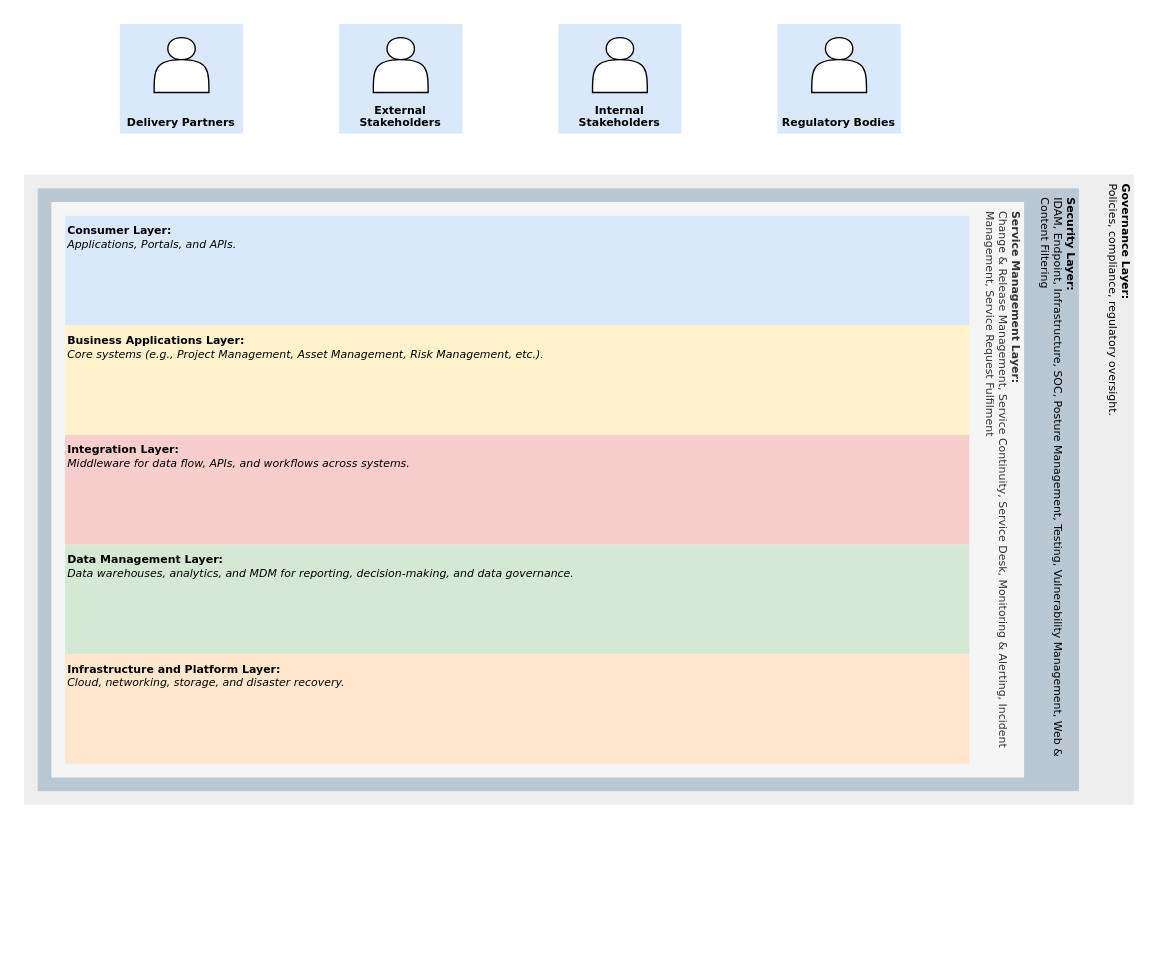
Earlier version of the draw.io diagram page "Reference Architecture" (1 of 16) of Orbus Designs.drawio (martinlt/reference). Source tidied: cells renumbered, new cells numbered last; positions are measured from the earlier drawing's top-left corner, leaving out a move shared by most shapes. Both pictures are drawn from the tidied source at 137%, with x=0, y=0 at pixel (23, 23).
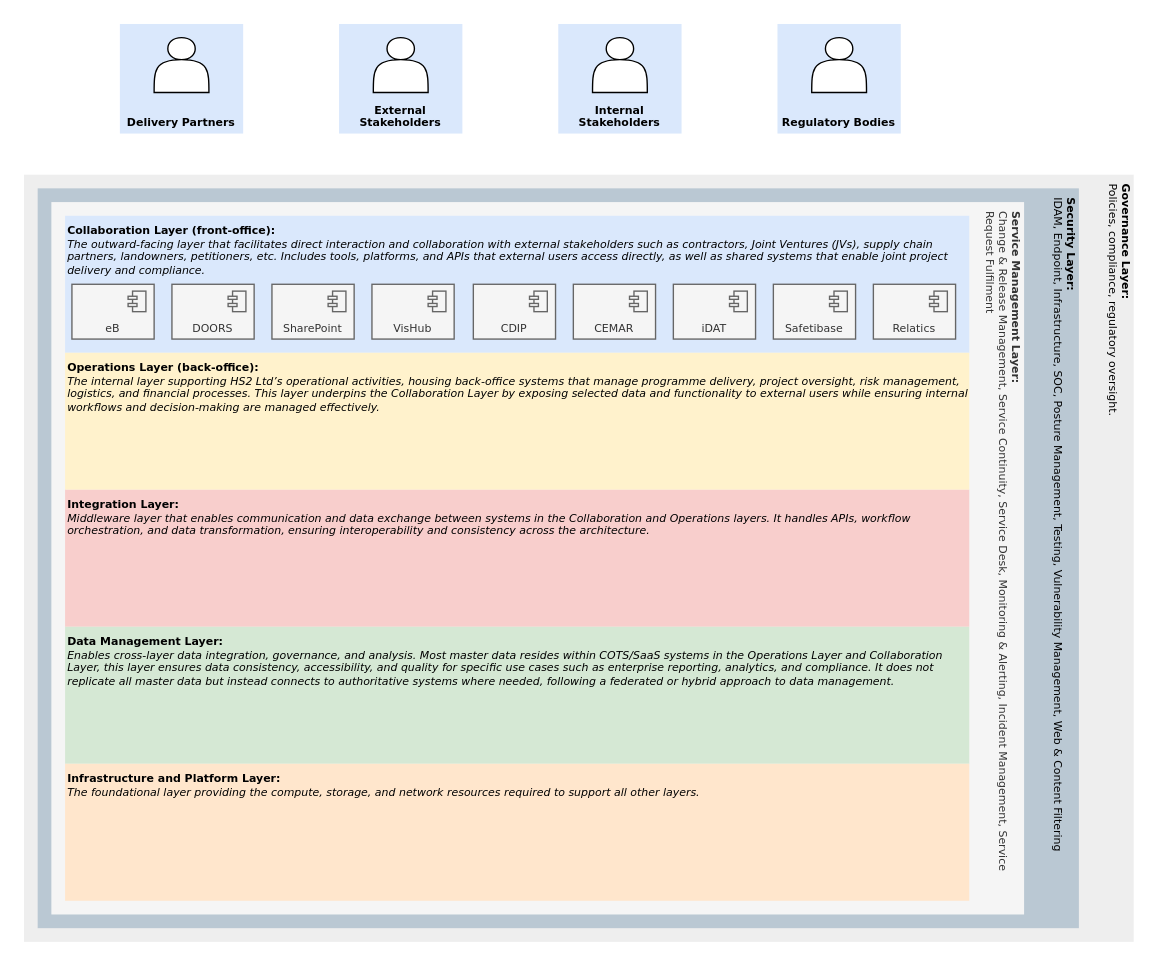
The same diagram, later.

What changed in the source:
```diff
@@
     <mxCell id="2" value="&lt;b&gt;Governance Layer:&amp;nbsp;&lt;/b&gt;&lt;div&gt;Policies, compliance, regulatory oversight.&lt;/div&gt;" style="rounded=0;whiteSpace=wrap;html=1;align=right;verticalAlign=top;textDirection=vertical-rl;fillColor=#eeeeee;strokeColor=none;fontFamily=Verdana;fontSize=8;" parent="1" vertex="1">
-      <mxGeometry y="110" width="810" height="460" as="geometry" />
+      <mxGeometry y="110" width="810" height="560" as="geometry" />
     </mxCell>
     <mxCell id="3" value="&lt;b&gt;Security Layer:&amp;nbsp;&lt;/b&gt;&lt;div&gt;IDAM, Endpoint, Infrastructure, SOC, Posture Management, Testing, Vulnerability Management, Web &amp;amp; Content Filtering&lt;/div&gt;" style="rounded=0;whiteSpace=wrap;html=1;align=right;verticalAlign=top;textDirection=vertical-rl;fillColor=#bac8d3;strokeColor=none;fontFamily=Verdana;fontSize=8;" parent="1" vertex="1">
-      <mxGeometry x="10" y="120" width="760" height="440" as="geometry" />
+      <mxGeometry x="10" y="120" width="760" height="540" as="geometry" />
     </mxCell>
     <mxCell id="4" value="&lt;b&gt;Service Management Layer:&amp;nbsp;&lt;/b&gt;&lt;div&gt;Change &amp;amp; Release Management, Service Continuity, Service Desk, Monitoring &amp;amp; Alerting, Incident Management, Service Request Fulfilment&lt;/div&gt;" style="rounded=0;whiteSpace=wrap;html=1;align=right;verticalAlign=top;textDirection=vertical-rl;fillColor=#f5f5f5;fontColor=#333333;strokeColor=none;fontFamily=Verdana;fontSize=8;" parent="1" vertex="1">
-      <mxGeometry x="20" y="130" width="710" height="420" as="geometry" />
+      <mxGeometry x="20" y="130" width="710" height="520" as="geometry" />
     </mxCell>
-    <mxCell id="5" value="&lt;b&gt;Consumer Layer:&lt;/b&gt;&lt;div&gt;&lt;i&gt;Applications, Portals, and APIs.&lt;/i&gt;&lt;b&gt;&lt;/b&gt;&lt;/div&gt;" style="rounded=0;whiteSpace=wrap;html=1;align=left;verticalAlign=top;fillColor=#dae8fc;strokeColor=none;fontFamily=Verdana;fontSize=8;" parent="1" vertex="1">
-      <mxGeometry x="30" y="140" width="660" height="80" as="geometry" />
+    <mxCell id="5" value="&lt;b&gt;Collaboration Layer (front-office):&lt;/b&gt;&lt;div&gt;&lt;i&gt;The outward-facing layer that facilitates direct interaction and collaboration with external stakeholders such as contractors, Joint Ventures (JVs), supply chain partners, landowners, petitioners, etc. Includes tools, platforms, and APIs that external users access directly, as well as shared systems that enable joint project delivery and compliance.&lt;/i&gt;&lt;/div&gt;" style="rounded=0;whiteSpace=wrap;html=1;align=left;verticalAlign=top;fillColor=#dae8fc;strokeColor=none;fontFamily=Verdana;fontSize=8;" parent="1" vertex="1">
+      <mxGeometry x="30" y="140" width="660" height="100" as="geometry" />
     </mxCell>
-    <mxCell id="6" value="&lt;b&gt;Business Applications Layer:&lt;/b&gt;&lt;div&gt;&lt;i&gt;Core systems (e.g., Project Management, Asset Management, Risk Management, etc.).&lt;/i&gt;&lt;b&gt;&lt;/b&gt;&lt;/div&gt;" style="rounded=0;whiteSpace=wrap;html=1;align=left;verticalAlign=top;fillColor=#fff2cc;strokeColor=none;fontFamily=Verdana;fontSize=8;" parent="1" vertex="1">
-      <mxGeometry x="30" y="220" width="660" height="80" as="geometry" />
+    <mxCell id="6" value="&lt;b&gt;Operations Layer (back-office):&lt;/b&gt;&lt;div&gt;&lt;i&gt;The internal layer supporting HS2 Ltd’s operational activities, housing back-office systems that manage programme delivery, project oversight, risk management, logistics, and financial processes. This layer underpins the Collaboration Layer by exposing selected data and functionality to external users while ensuring internal workflows and decision-making are managed effectively.&lt;/i&gt;&lt;/div&gt;" style="rounded=0;whiteSpace=wrap;html=1;align=left;verticalAlign=top;fillColor=#fff2cc;strokeColor=none;fontFamily=Verdana;fontSize=8;" parent="1" vertex="1">
+      <mxGeometry x="30" y="240" width="660" height="100" as="geometry" />
     </mxCell>
-    <mxCell id="7" value="&lt;b&gt;Integration Layer:&lt;/b&gt;&lt;div&gt;&lt;i&gt;Middleware for data flow, APIs, and workflows across systems.&lt;/i&gt;&lt;b&gt;&lt;/b&gt;&lt;/div&gt;" style="rounded=0;whiteSpace=wrap;html=1;align=left;verticalAlign=top;fillColor=#f8cecc;strokeColor=none;fontFamily=Verdana;fontSize=8;" parent="1" vertex="1">
-      <mxGeometry x="30" y="300" width="660" height="80" as="geometry" />
+    <mxCell id="7" value="&lt;b&gt;Integration Layer:&lt;/b&gt;&lt;div&gt;&lt;i&gt;Middleware layer that enables communication and data exchange between systems in the Collaboration and Operations layers. It handles APIs, workflow orchestration, and data transformation, ensuring interoperability and consistency across the architecture.&lt;/i&gt;&lt;/div&gt;" style="rounded=0;whiteSpace=wrap;html=1;align=left;verticalAlign=top;fillColor=#f8cecc;strokeColor=none;fontFamily=Verdana;fontSize=8;" parent="1" vertex="1">
+      <mxGeometry x="30" y="340" width="660" height="100" as="geometry" />
     </mxCell>
-    <mxCell id="8" value="&lt;b&gt;Data Management Layer:&lt;/b&gt;&lt;div&gt;&lt;i&gt;Data warehouses, analytics, and MDM for reporting, decision-making, and data governance.&lt;/i&gt;&lt;b&gt;&lt;/b&gt;&lt;/div&gt;" style="rounded=0;whiteSpace=wrap;html=1;align=left;verticalAlign=top;fillColor=#d5e8d4;strokeColor=none;fontFamily=Verdana;fontSize=8;" parent="1" vertex="1">
-      <mxGeometry x="30" y="380" width="660" height="80" as="geometry" />
+    <mxCell id="8" value="&lt;b&gt;Data Management Layer:&lt;/b&gt;&lt;div&gt;&lt;i&gt;Enables cross-layer data integration, governance, and analysis. Most master data resides within COTS/SaaS systems in the Operations Layer and Collaboration Layer, this layer ensures data consistency, accessibility, and quality for specific use cases such as enterprise reporting, analytics, and compliance. It does not replicate all master data but instead connects to authoritative systems where needed, following a federated or hybrid approach to data management.&lt;/i&gt;&lt;/div&gt;" style="rounded=0;whiteSpace=wrap;html=1;align=left;verticalAlign=top;fillColor=#d5e8d4;strokeColor=none;fontFamily=Verdana;fontSize=8;" parent="1" vertex="1">
+      <mxGeometry x="30" y="440" width="660" height="100" as="geometry" />
     </mxCell>
-    <mxCell id="9" value="&lt;b&gt;Infrastructure and Platform Layer:&lt;/b&gt;&lt;div&gt;&lt;i&gt;Cloud, networking, storage, and disaster recovery.&lt;/i&gt;&lt;b&gt;&lt;/b&gt;&lt;/div&gt;" style="rounded=0;whiteSpace=wrap;html=1;align=left;verticalAlign=top;fillColor=#ffe6cc;strokeColor=none;fontFamily=Verdana;fontSize=8;" parent="1" vertex="1">
-      <mxGeometry x="30" y="460" width="660" height="80" as="geometry" />
+    <mxCell id="9" value="&lt;b&gt;Infrastructure and Platform Layer:&lt;/b&gt;&lt;div&gt;&lt;i&gt;The foundational layer providing the compute, storage, and network resources required to support all other layers.&lt;/i&gt;&lt;/div&gt;" style="rounded=0;whiteSpace=wrap;html=1;align=left;verticalAlign=top;fillColor=#ffe6cc;strokeColor=none;fontFamily=Verdana;fontSize=8;" parent="1" vertex="1">
+      <mxGeometry x="30" y="540" width="660" height="100" as="geometry" />
     </mxCell>
@@
+    <mxCell id="18" value="eB" style="html=1;whiteSpace=wrap;fillColor=#f5f5f5;shape=mxgraph.archimate.application;appType=comp;fontColor=#333333;strokeColor=#666666;fontSize=8;fontFamily=Verdana;verticalAlign=bottom;" parent="1" vertex="1">
+      <mxGeometry x="35" y="190" width="60" height="40" as="geometry" />
+    </mxCell>
+    <mxCell id="19" value="DOORS" style="html=1;whiteSpace=wrap;fillColor=#f5f5f5;shape=mxgraph.archimate.application;appType=comp;fontColor=#333333;strokeColor=#666666;fontSize=8;fontFamily=Verdana;verticalAlign=bottom;" parent="1" vertex="1">
+      <mxGeometry x="108" y="190" width="60" height="40" as="geometry" />
+    </mxCell>
+    <mxCell id="20" value="SharePoint" style="html=1;whiteSpace=wrap;fillColor=#f5f5f5;shape=mxgraph.archimate.application;appType=comp;fontColor=#333333;strokeColor=#666666;fontSize=8;fontFamily=Verdana;verticalAlign=bottom;" parent="1" vertex="1">
+      <mxGeometry x="181" y="190" width="60" height="40" as="geometry" />
+    </mxCell>
+    <mxCell id="21" value="VisHub" style="html=1;whiteSpace=wrap;fillColor=#f5f5f5;shape=mxgraph.archimate.application;appType=comp;fontColor=#333333;strokeColor=#666666;fontSize=8;fontFamily=Verdana;verticalAlign=bottom;" parent="1" vertex="1">
+      <mxGeometry x="254" y="190" width="60" height="40" as="geometry" />
+    </mxCell>
+    <mxCell id="22" value="CDIP" style="html=1;whiteSpace=wrap;fillColor=#f5f5f5;shape=mxgraph.archimate.application;appType=comp;fontColor=#333333;strokeColor=#666666;fontSize=8;fontFamily=Verdana;verticalAlign=bottom;" parent="1" vertex="1">
+      <mxGeometry x="328" y="190" width="60" height="40" as="geometry" />
+    </mxCell>
+    <mxCell id="23" value="CEMAR" style="html=1;whiteSpace=wrap;fillColor=#f5f5f5;shape=mxgraph.archimate.application;appType=comp;fontColor=#333333;strokeColor=#666666;fontSize=8;fontFamily=Verdana;verticalAlign=bottom;" parent="1" vertex="1">
+      <mxGeometry x="401" y="190" width="60" height="40" as="geometry" />
+    </mxCell>
+    <mxCell id="24" value="iDAT" style="html=1;whiteSpace=wrap;fillColor=#f5f5f5;shape=mxgraph.archimate.application;appType=comp;fontColor=#333333;strokeColor=#666666;fontSize=8;fontFamily=Verdana;verticalAlign=bottom;" parent="1" vertex="1">
+      <mxGeometry x="474" y="190" width="60" height="40" as="geometry" />
+    </mxCell>
+    <mxCell id="25" value="Safetibase" style="html=1;whiteSpace=wrap;fillColor=#f5f5f5;shape=mxgraph.archimate.application;appType=comp;fontColor=#333333;strokeColor=#666666;fontSize=8;fontFamily=Verdana;verticalAlign=bottom;" parent="1" vertex="1">
+      <mxGeometry x="547" y="190" width="60" height="40" as="geometry" />
+    </mxCell>
+    <mxCell id="26" value="Relatics" style="html=1;whiteSpace=wrap;fillColor=#f5f5f5;shape=mxgraph.archimate.application;appType=comp;fontColor=#333333;strokeColor=#666666;fontSize=8;fontFamily=Verdana;verticalAlign=bottom;" parent="1" vertex="1">
+      <mxGeometry x="620" y="190" width="60" height="40" as="geometry" />
+    </mxCell>
```
